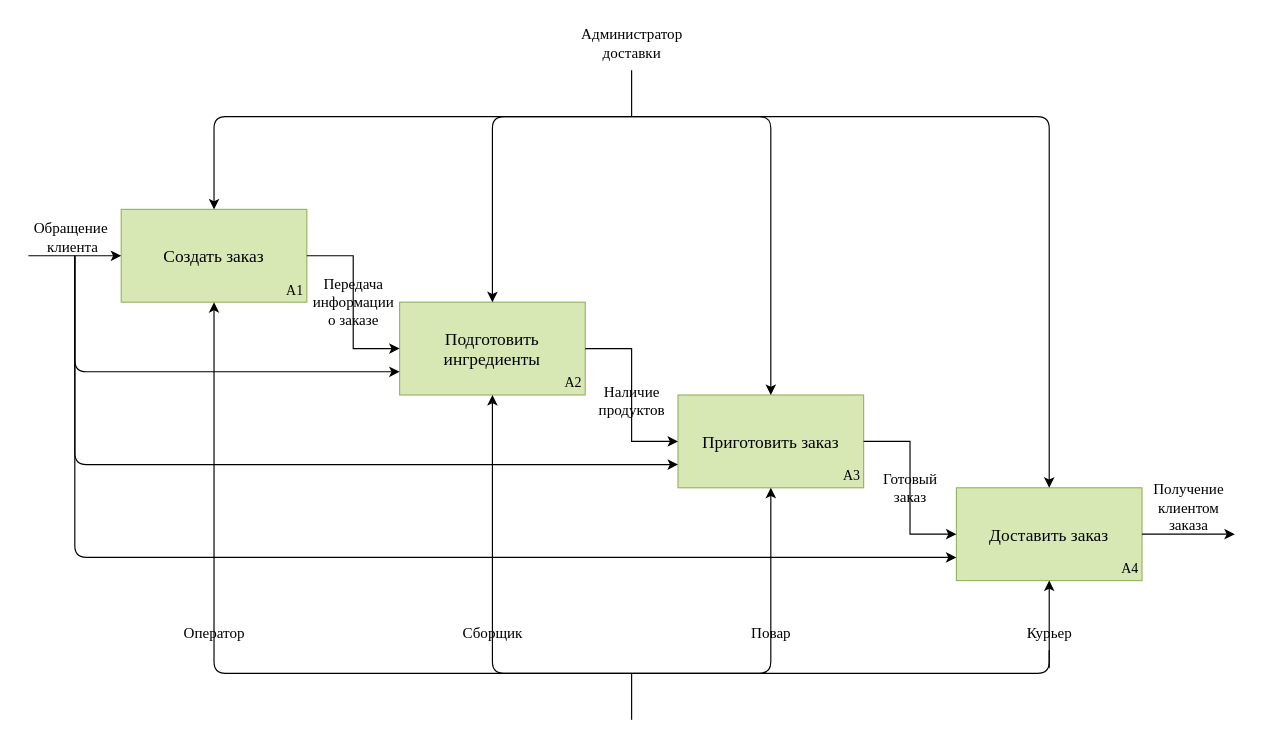
Above: Диаграмма доставки суши.drawio in Karidess/Idef_diagramma (draw.io), before the change. Source tidied: cells renumbered, new cells numbered last; positions are measured from the earlier drawing's top-left corner, leaving out a move shared by most shapes. Both pictures are drawn from the tidied source at 116%, with x=0, y=0 at pixel (20, 20).
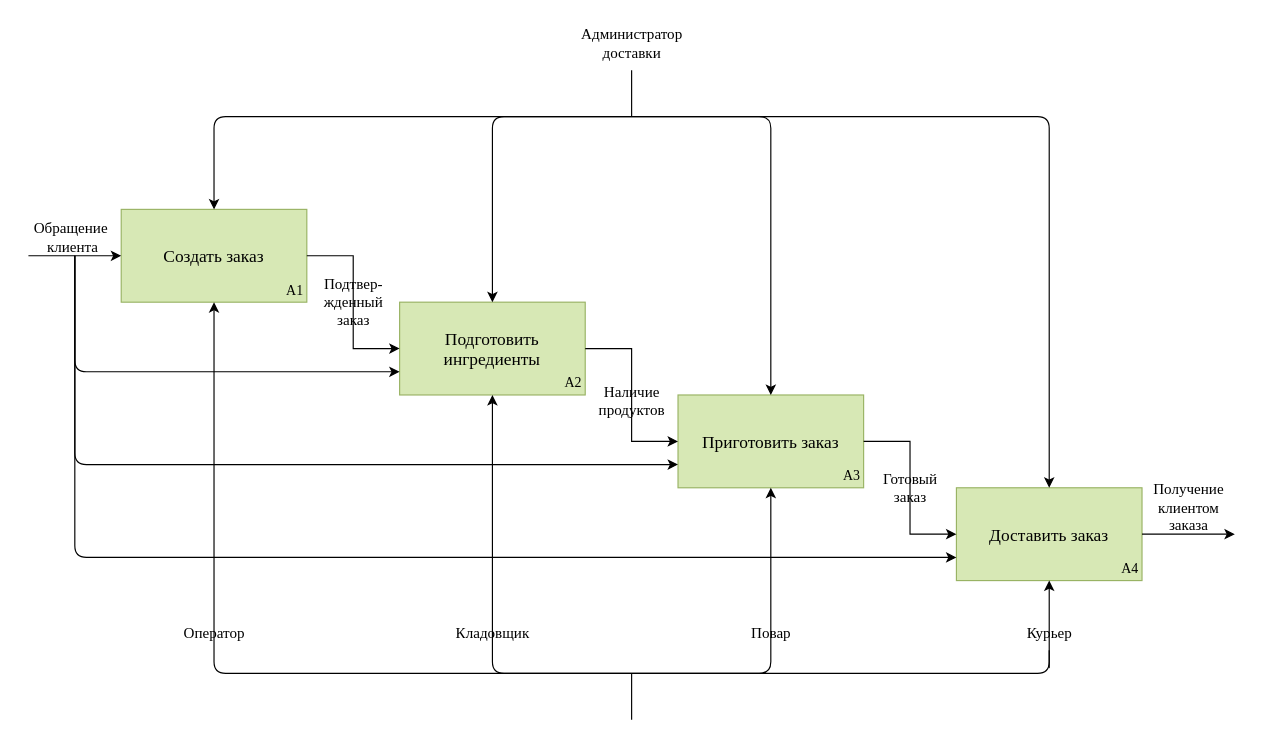
The same diagram, later.

What changed in the source:
```diff
@@
-    <mxCell id="25" value="Передача &lt;br style=&quot;font-size: 13px;&quot;&gt;информации&lt;br style=&quot;font-size: 13px;&quot;&gt;о заказе" style="text;html=1;align=center;verticalAlign=middle;strokeColor=none;fillColor=none;fontSize=13;fontFamily=Times New Roman;strokeWidth=1;shadow=0;" parent="1" vertex="1">
-      <mxGeometry x="242" y="213" width="90" height="60" as="geometry" />
+    <mxCell id="25" value="Подтвер-&lt;br&gt;жденный&lt;br&gt;заказ" style="text;html=1;align=center;verticalAlign=middle;strokeColor=none;fillColor=none;fontSize=13;fontFamily=Times New Roman;strokeWidth=1;shadow=0;" parent="1" vertex="1">
+      <mxGeometry x="252" y="213" width="70" height="60" as="geometry" />
     </mxCell>
@@
-    <mxCell id="31" value="Сборщик" style="text;html=1;align=center;verticalAlign=middle;strokeColor=none;fillColor=none;fontSize=13;fontFamily=Times New Roman;strokeWidth=1;shadow=0;" parent="1" vertex="1">
-      <mxGeometry x="367" y="513" width="80" height="30" as="geometry" />
+    <mxCell id="31" value="Кладовщик" style="text;html=1;align=center;verticalAlign=middle;strokeColor=none;fillColor=none;fontSize=13;fontFamily=Times New Roman;strokeWidth=1;shadow=0;" parent="1" vertex="1">
+      <mxGeometry x="362" y="513" width="90" height="30" as="geometry" />
     </mxCell>
```
